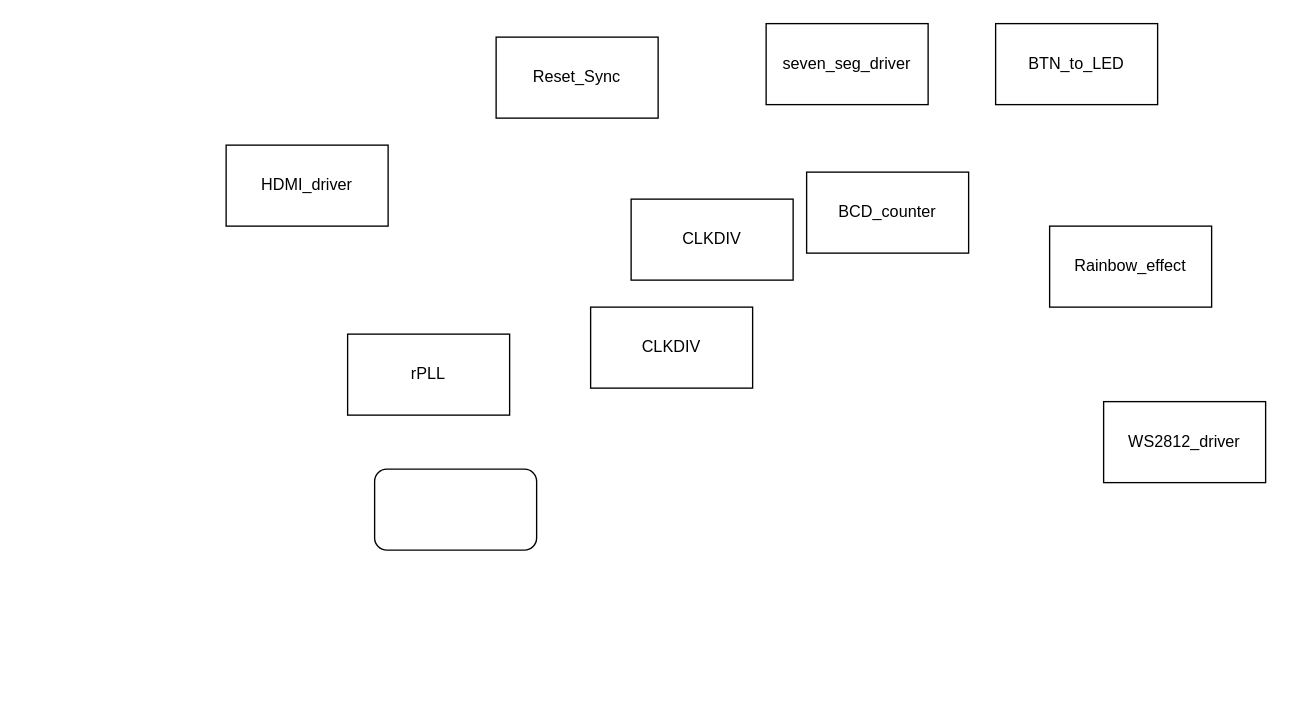
zeandon/draw.io keeps this draw.io diagram as 板级测试工程框图.drawio. Above is the earlier version. Source tidied: cells renumbered, new cells numbered last; positions are measured from the earlier drawing's top-left corner, leaving out a move shared by most shapes. Both pictures are drawn from the tidied source at 135%, with x=0, y=0 at pixel (225, 23).
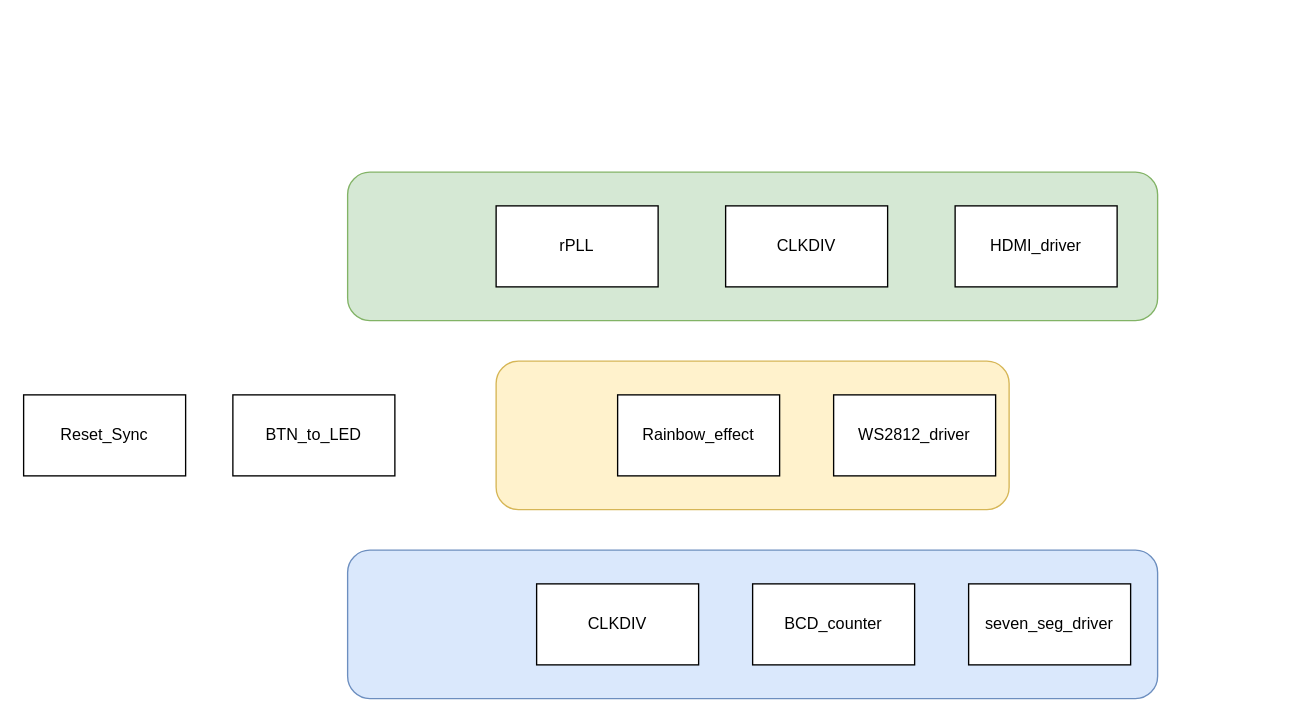
The same page after the edit.

Commit message (it also covers changes not shown here):
更新板级测试工程框图.drawio

Diff of the diagram source:
```diff
@@
 <mxGraphModel>
   <root>
     <mxCell id="0" />
     <mxCell id="1" parent="0" />
+    <mxCell id="13" style="rounded=1;whiteSpace=wrap;html=1;fillColor=#d5e8d4;strokeColor=#82b366;" parent="1" vertex="1">
+      <mxGeometry x="90" y="110" width="600" height="110" as="geometry" />
+    </mxCell>
+    <mxCell id="14" style="rounded=1;whiteSpace=wrap;html=1;fillColor=#dae8fc;strokeColor=#6c8ebf;" parent="1" vertex="1">
+      <mxGeometry x="90" y="390" width="600" height="110" as="geometry" />
+    </mxCell>
+    <mxCell id="12" style="rounded=1;whiteSpace=wrap;html=1;fillColor=#fff2cc;strokeColor=#d6b656;" parent="1" vertex="1">
+      <mxGeometry x="200" y="250" width="380" height="110" as="geometry" />
+    </mxCell>
     <mxCell id="2" value="HDMI_driver" style="rounded=0;whiteSpace=wrap;html=1;" parent="1" vertex="1">
-      <mxGeometry y="90" width="120" height="60" as="geometry" />
+      <mxGeometry x="540" y="135" width="120" height="60" as="geometry" />
     </mxCell>
     <mxCell id="3" value="rPLL" style="rounded=0;whiteSpace=wrap;html=1;" parent="1" vertex="1">
-      <mxGeometry x="90" y="230" width="120" height="60" as="geometry" />
+      <mxGeometry x="200" y="135" width="120" height="60" as="geometry" />
     </mxCell>
     <mxCell id="4" value="CLKDIV" style="rounded=0;whiteSpace=wrap;html=1;" parent="1" vertex="1">
-      <mxGeometry x="270" y="210" width="120" height="60" as="geometry" />
+      <mxGeometry x="370" y="135" width="120" height="60" as="geometry" />
     </mxCell>
     <mxCell id="5" value="Reset_Sync" style="rounded=0;whiteSpace=wrap;html=1;" parent="1" vertex="1">
-      <mxGeometry x="200" y="10" width="120" height="60" as="geometry" />
+      <mxGeometry x="-150" y="275" width="120" height="60" as="geometry" />
     </mxCell>
     <mxCell id="6" value="CLKDIV" style="rounded=0;whiteSpace=wrap;html=1;" parent="1" vertex="1">
-      <mxGeometry x="300" y="130" width="120" height="60" as="geometry" />
+      <mxGeometry x="230" y="415" width="120" height="60" as="geometry" />
     </mxCell>
     <mxCell id="7" value="BCD_counter" style="rounded=0;whiteSpace=wrap;html=1;" parent="1" vertex="1">
-      <mxGeometry x="430" y="110" width="120" height="60" as="geometry" />
+      <mxGeometry x="390" y="415" width="120" height="60" as="geometry" />
     </mxCell>
     <mxCell id="8" value="seven_seg_driver" style="rounded=0;whiteSpace=wrap;html=1;" parent="1" vertex="1">
-      <mxGeometry x="400" width="120" height="60" as="geometry" />
+      <mxGeometry x="550" y="415" width="120" height="60" as="geometry" />
     </mxCell>
     <mxCell id="9" value="BTN_to_LED" style="rounded=0;whiteSpace=wrap;html=1;" parent="1" vertex="1">
-      <mxGeometry x="570" width="120" height="60" as="geometry" />
+      <mxGeometry x="5" y="275" width="120" height="60" as="geometry" />
     </mxCell>
     <mxCell id="10" value="Rainbow_effect" style="rounded=0;whiteSpace=wrap;html=1;" parent="1" vertex="1">
-      <mxGeometry x="610" y="150" width="120" height="60" as="geometry" />
+      <mxGeometry x="290" y="275" width="120" height="60" as="geometry" />
     </mxCell>
     <mxCell id="11" value="WS2812_driver" style="rounded=0;whiteSpace=wrap;html=1;" parent="1" vertex="1">
-      <mxGeometry x="650" y="280" width="120" height="60" as="geometry" />
+      <mxGeometry x="450" y="275" width="120" height="60" as="geometry" />
     </mxCell>
-    <mxCell id="12" style="rounded=1;whiteSpace=wrap;html=1;" parent="1" vertex="1">
-      <mxGeometry x="110" y="330" width="120" height="60" as="geometry" />
-    </mxCell>
   </root>
 </mxGraphModel>
```
